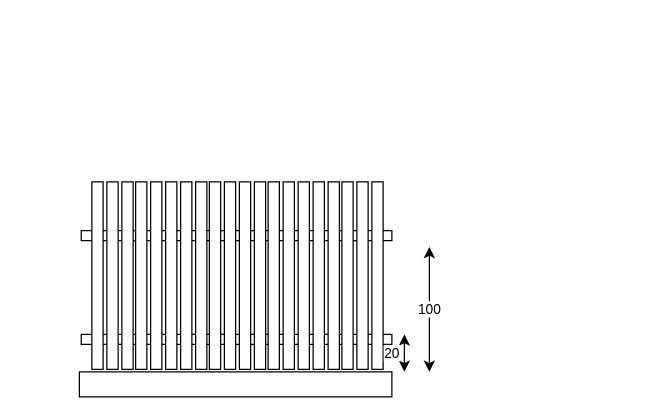
The draw.io diagram otZaun/ZaunProportionen.drawio in karstenpe/M3, before the edit. Source tidied: cells renumbered, new cells numbered last; positions are measured from the earlier drawing's top-left corner, leaving out a move shared by most shapes. Both pictures are drawn from the tidied source at 125%, with x=0, y=0 at pixel (79, 181).
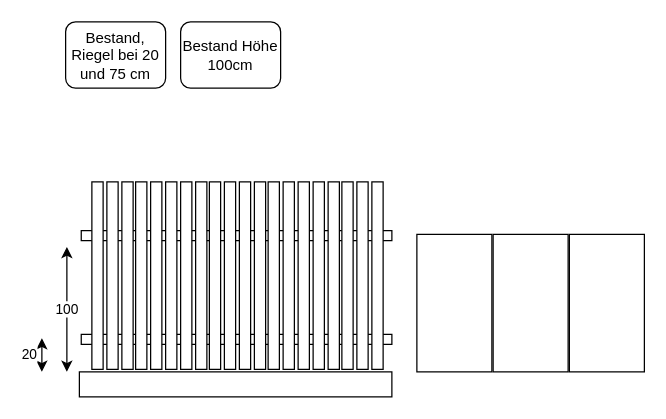
The same diagram, later.

The edit, as a diff of the source:
```diff
@@
     <mxCell id="25" value="20" style="endArrow=classic;startArrow=classic;html=1;" parent="1" edge="1">
       <mxGeometry y="10" relative="1" as="geometry">
-        <mxPoint x="260" y="152" as="sourcePoint" />
-        <mxPoint x="260" y="122" as="targetPoint" />
+        <mxPoint x="-30" y="152" as="sourcePoint" />
+        <mxPoint x="-30" y="125" as="targetPoint" />
       </mxGeometry>
     </mxCell>
     <mxCell id="26" value="100" style="endArrow=classic;startArrow=classic;html=1;" parent="1" edge="1">
       <mxGeometry relative="1" as="geometry">
-        <mxPoint x="280" y="152" as="sourcePoint" />
-        <mxPoint x="280" y="52" as="targetPoint" />
+        <mxPoint x="-10" y="152" as="sourcePoint" />
+        <mxPoint x="-10" y="52" as="targetPoint" />
       </mxGeometry>
     </mxCell>
+    <mxCell id="27" value="Bestand, Riegel bei 20 und 75 cm" style="rounded=1;whiteSpace=wrap;html=1;" parent="1" vertex="1">
+      <mxGeometry x="-11" y="-128" width="80" height="53" as="geometry" />
+    </mxCell>
+    <mxCell id="28" value="Bestand Höhe&lt;br&gt;100cm" style="rounded=1;whiteSpace=wrap;html=1;" parent="1" vertex="1">
+      <mxGeometry x="81" y="-128" width="80" height="53" as="geometry" />
+    </mxCell>
+    <mxCell id="29" style="rounded=0;whiteSpace=wrap;html=1;" parent="1" vertex="1">
+      <mxGeometry x="270" y="42" width="60" height="110" as="geometry" />
+    </mxCell>
+    <mxCell id="30" style="rounded=0;whiteSpace=wrap;html=1;" parent="1" vertex="1">
+      <mxGeometry x="331" y="42" width="60" height="110" as="geometry" />
+    </mxCell>
+    <mxCell id="31" style="rounded=0;whiteSpace=wrap;html=1;" parent="1" vertex="1">
+      <mxGeometry x="392" y="42" width="60" height="110" as="geometry" />
+    </mxCell>
```
